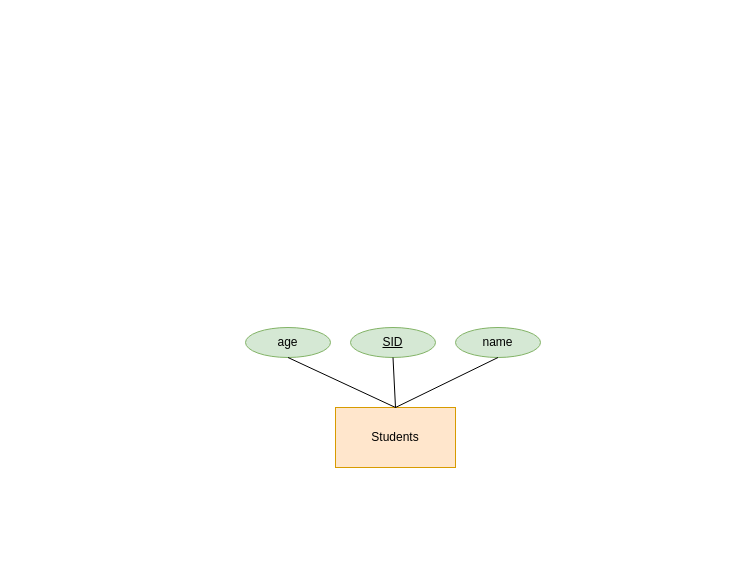
aanika23/DCF_calculator keeps this draw.io diagram as Untitled Diagram.drawio. Above is the earlier version. Source tidied: cells renumbered, new cells numbered last; positions are measured from the earlier drawing's top-left corner, leaving out a move shared by most shapes. Both pictures are drawn from the tidied source at 100%, with x=0, y=0 at pixel (245, 327).
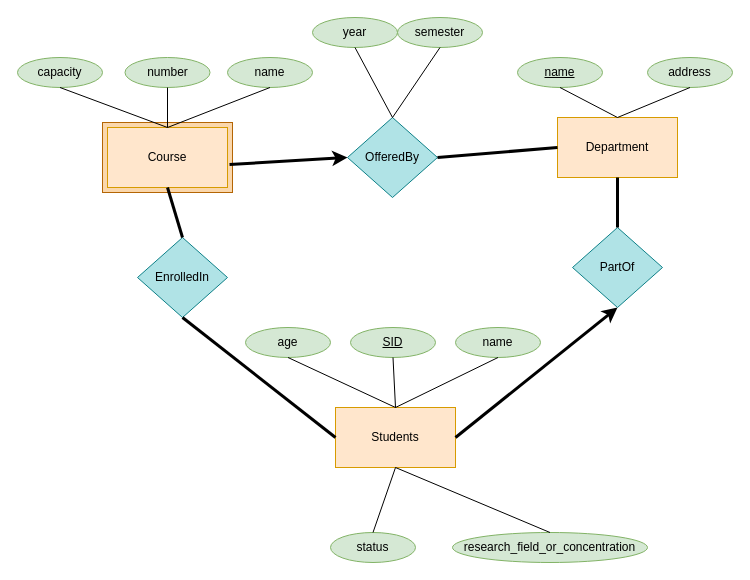
The same page after the edit.

The change refers to these unchanged cells:
```xml
<mxCell id="2" value="Students" style="rounded=0;whiteSpace=wrap;html=1;fillColor=#ffe6cc;strokeColor=#d79b00;" parent="1" vertex="1">
  <mxGeometry x="90" y="80" width="120" height="60" as="geometry" />
</mxCell>
```

Diff of the diagram source:
```diff
@@
+    <mxCell id="9" style="rounded=0;whiteSpace=wrap;html=1;fillColor=#fad7ac;strokeColor=#b46504;" parent="1" vertex="1">
+      <mxGeometry x="-143" y="-205" width="130" height="70" as="geometry" />
+    </mxCell>
+    <mxCell id="10" value="Course" style="rounded=0;whiteSpace=wrap;html=1;fillColor=#ffe6cc;strokeColor=#d79b00;" parent="1" vertex="1">
+      <mxGeometry x="-138" y="-200" width="120" height="60" as="geometry" />
+    </mxCell>
@@
+    <mxCell id="11" value="Department" style="rounded=0;whiteSpace=wrap;html=1;fillColor=#ffe6cc;strokeColor=#d79b00;" parent="1" vertex="1">
+      <mxGeometry x="312" y="-210" width="120" height="60" as="geometry" />
+    </mxCell>
+    <mxCell id="12" value="&lt;u&gt;name&lt;/u&gt;" style="ellipse;whiteSpace=wrap;html=1;fillColor=#d5e8d4;strokeColor=#82b366;" parent="1" vertex="1">
+      <mxGeometry x="272" y="-270" width="85" height="30" as="geometry" />
+    </mxCell>
+    <mxCell id="13" value="address" style="ellipse;whiteSpace=wrap;html=1;fillColor=#d5e8d4;strokeColor=#82b366;" parent="1" vertex="1">
+      <mxGeometry x="402" y="-270" width="85" height="30" as="geometry" />
+    </mxCell>
+    <mxCell id="14" style="endArrow=none;html=1;rounded=0;exitX=0.5;exitY=0;exitDx=0;exitDy=0;entryX=0.5;entryY=1;entryDx=0;entryDy=0;" parent="1" edge="1" source="11" target="12">
+      <mxGeometry relative="1" as="geometry" />
+    </mxCell>
+    <mxCell id="15" style="endArrow=none;html=1;rounded=0;entryX=0.5;entryY=1;entryDx=0;entryDy=0;exitX=0.5;exitY=0;exitDx=0;exitDy=0;" parent="1" edge="1" source="11" target="13">
+      <mxGeometry relative="1" as="geometry" />
+    </mxCell>
+    <mxCell id="16" value="number" style="ellipse;whiteSpace=wrap;html=1;fillColor=#d5e8d4;strokeColor=#82b366;" parent="1" vertex="1">
+      <mxGeometry x="-120.5" y="-270" width="85" height="30" as="geometry" />
+    </mxCell>
+    <mxCell id="17" value="name" style="ellipse;whiteSpace=wrap;html=1;fillColor=#d5e8d4;strokeColor=#82b366;" parent="1" vertex="1">
+      <mxGeometry x="-18" y="-270" width="85" height="30" as="geometry" />
+    </mxCell>
+    <mxCell id="18" value="capacity" style="ellipse;whiteSpace=wrap;html=1;fillColor=#d5e8d4;strokeColor=#82b366;" parent="1" vertex="1">
+      <mxGeometry x="-228" y="-270" width="85" height="30" as="geometry" />
+    </mxCell>
+    <mxCell id="19" style="endArrow=none;html=1;rounded=0;exitX=0.5;exitY=0;exitDx=0;exitDy=0;entryX=0.5;entryY=1;entryDx=0;entryDy=0;" parent="1" edge="1" source="10" target="18">
+      <mxGeometry relative="1" as="geometry" />
+    </mxCell>
+    <mxCell id="20" style="endArrow=none;html=1;rounded=0;entryX=0.5;entryY=1;entryDx=0;entryDy=0;" parent="1" edge="1" target="16">
+      <mxGeometry relative="1" as="geometry">
+        <mxPoint x="-78" y="-200" as="sourcePoint" />
+      </mxGeometry>
+    </mxCell>
+    <mxCell id="21" style="endArrow=none;html=1;rounded=0;entryX=0.5;entryY=1;entryDx=0;entryDy=0;" parent="1" edge="1" target="17">
+      <mxGeometry relative="1" as="geometry">
+        <mxPoint x="-78" y="-200" as="sourcePoint" />
+      </mxGeometry>
+    </mxCell>
+    <mxCell id="22" value="EnrolledIn" style="rhombus;whiteSpace=wrap;html=1;fillColor=#b0e3e6;strokeColor=#0e8088;" parent="1" vertex="1">
+      <mxGeometry x="-108" y="-90" width="90" height="80" as="geometry" />
+    </mxCell>
+    <mxCell id="23" value="PartOf" style="rhombus;whiteSpace=wrap;html=1;fillColor=#b0e3e6;strokeColor=#0e8088;" parent="1" vertex="1">
+      <mxGeometry x="327" y="-100" width="90" height="80" as="geometry" />
+    </mxCell>
+    <mxCell id="24" value="OfferedBy" style="rhombus;whiteSpace=wrap;html=1;fillColor=#b0e3e6;strokeColor=#0e8088;" parent="1" vertex="1">
+      <mxGeometry x="102" y="-210" width="90" height="80" as="geometry" />
+    </mxCell>
+    <mxCell id="25" value="year" style="ellipse;whiteSpace=wrap;html=1;fillColor=#d5e8d4;strokeColor=#82b366;" parent="1" vertex="1">
+      <mxGeometry x="67" y="-310" width="85" height="30" as="geometry" />
+    </mxCell>
+    <mxCell id="26" value="semester" style="ellipse;whiteSpace=wrap;html=1;fillColor=#d5e8d4;strokeColor=#82b366;" parent="1" vertex="1">
+      <mxGeometry x="152" y="-310" width="85" height="30" as="geometry" />
+    </mxCell>
+    <mxCell id="27" style="endArrow=none;html=1;rounded=0;exitX=0.5;exitY=0;exitDx=0;exitDy=0;entryX=0.5;entryY=1;entryDx=0;entryDy=0;" parent="1" edge="1" source="24" target="25">
+      <mxGeometry relative="1" as="geometry" />
+    </mxCell>
+    <mxCell id="28" style="endArrow=none;html=1;rounded=0;exitX=0.5;exitY=0;exitDx=0;exitDy=0;entryX=0.5;entryY=1;entryDx=0;entryDy=0;" parent="1" edge="1" source="24" target="26">
+      <mxGeometry relative="1" as="geometry" />
+    </mxCell>
+    <mxCell id="29" style="endArrow=classic;html=1;rounded=0;exitX=1.017;exitY=0.617;exitDx=0;exitDy=0;exitPerimeter=0;entryX=0;entryY=0.5;entryDx=0;entryDy=0;strokeColor=default;strokeWidth=3;" parent="1" edge="1" source="10" target="24">
+      <mxGeometry relative="1" as="geometry" />
+    </mxCell>
+    <mxCell id="30" style="endArrow=none;html=1;rounded=0;strokeColor=default;strokeWidth=3;exitX=1;exitY=0.5;exitDx=0;exitDy=0;entryX=0;entryY=0.5;entryDx=0;entryDy=0;" parent="1" edge="1" source="24" target="11">
+      <mxGeometry relative="1" as="geometry" />
+    </mxCell>
+    <mxCell id="31" style="endArrow=none;html=1;rounded=0;strokeColor=default;strokeWidth=3;exitX=0;exitY=0.5;exitDx=0;exitDy=0;entryX=0.5;entryY=1;entryDx=0;entryDy=0;" parent="1" edge="1" source="2" target="22">
+      <mxGeometry relative="1" as="geometry" />
+    </mxCell>
+    <mxCell id="32" style="endArrow=none;html=1;rounded=0;strokeColor=default;strokeWidth=3;exitX=0.5;exitY=1;exitDx=0;exitDy=0;entryX=0.5;entryY=0;entryDx=0;entryDy=0;" parent="1" edge="1" source="10" target="22">
+      <mxGeometry relative="1" as="geometry" />
+    </mxCell>
+    <mxCell id="33" style="endArrow=classic;html=1;rounded=0;exitX=1;exitY=0.5;exitDx=0;exitDy=0;entryX=0.5;entryY=1;entryDx=0;entryDy=0;strokeColor=default;strokeWidth=3;" parent="1" edge="1" source="2" target="23">
+      <mxGeometry relative="1" as="geometry" />
+    </mxCell>
+    <mxCell id="34" style="endArrow=none;html=1;rounded=0;strokeColor=default;strokeWidth=3;exitX=0.5;exitY=0;exitDx=0;exitDy=0;entryX=0.5;entryY=1;entryDx=0;entryDy=0;" parent="1" edge="1" source="23" target="11">
+      <mxGeometry relative="1" as="geometry" />
+    </mxCell>
+    <mxCell id="35" value="status" style="ellipse;whiteSpace=wrap;html=1;fillColor=#d5e8d4;strokeColor=#82b366;" parent="1" vertex="1">
+      <mxGeometry x="85" y="205" width="85" height="30" as="geometry" />
+    </mxCell>
+    <mxCell id="36" value="research_field_or_concentration" style="ellipse;whiteSpace=wrap;html=1;fillColor=#d5e8d4;strokeColor=#82b366;" parent="1" vertex="1">
+      <mxGeometry x="207" y="205" width="195" height="30" as="geometry" />
+    </mxCell>
+    <mxCell id="37" style="endArrow=none;html=1;rounded=0;strokeColor=default;strokeWidth=1;exitX=0.5;exitY=1;exitDx=0;exitDy=0;entryX=0.5;entryY=0;entryDx=0;entryDy=0;" parent="1" edge="1" source="2" target="35">
+      <mxGeometry relative="1" as="geometry" />
+    </mxCell>
+    <mxCell id="38" style="endArrow=none;html=1;rounded=0;strokeColor=default;strokeWidth=1;exitX=0.5;exitY=1;exitDx=0;exitDy=0;entryX=0.5;entryY=0;entryDx=0;entryDy=0;jumpSize=1;" parent="1" edge="1" source="2" target="36">
+      <mxGeometry relative="1" as="geometry" />
+    </mxCell>
```
